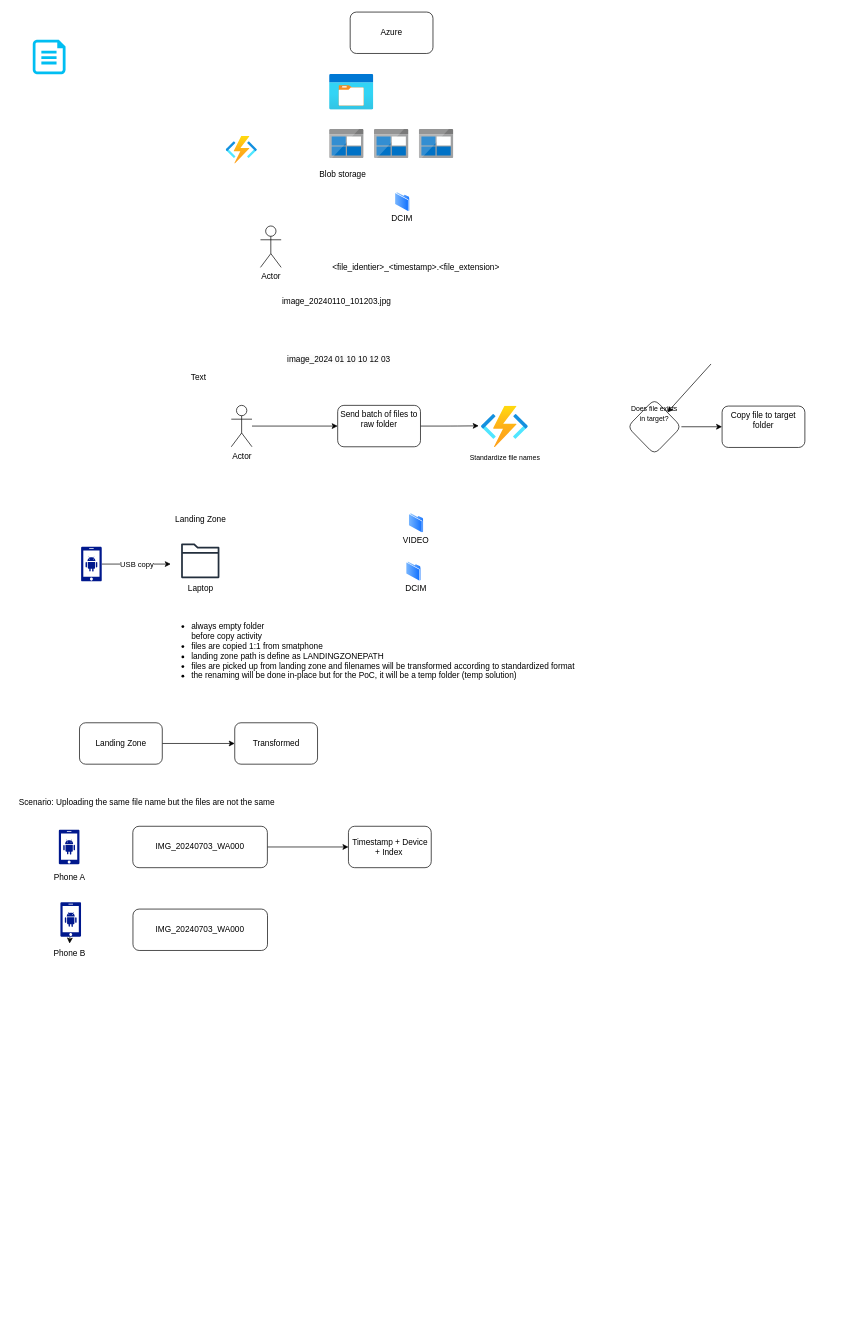
TheFerry10/FileNameStandardizer keeps this draw.io diagram as docs/data-sync-workflow.drawio. Above is the earlier version. Source tidied: cells renumbered, new cells numbered last; positions are measured from the earlier drawing's top-left corner, leaving out a move shared by most shapes. Both pictures are drawn from the tidied source at 69%, with x=0, y=0 at pixel (12, 12).
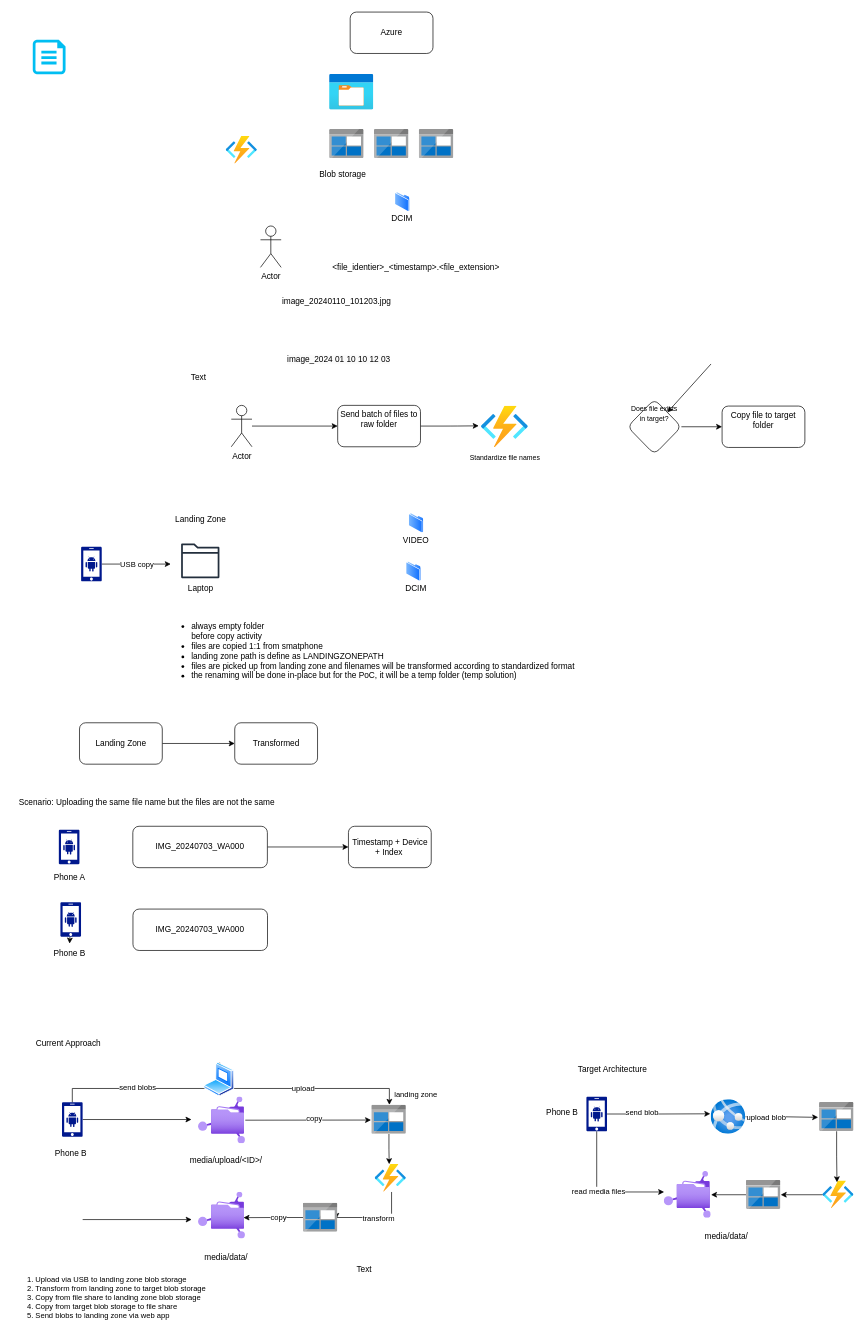
The same page after the edit.

Change to the diagram source:
```diff
@@
+    <mxCell id="52" style="edgeStyle=none;html=1;" parent="1" edge="1" source="53">
+      <mxGeometry relative="1" as="geometry">
+        <mxPoint x="260" y="1605" as="targetPoint" />
+      </mxGeometry>
+    </mxCell>
+    <mxCell id="53" style="sketch=0;shadow=0;dashed=0;html=1;strokeColor=none;labelPosition=center;verticalLabelPosition=bottom;verticalAlign=top;align=center;fillColor=#00188D;shape=mxgraph.mscae.enterprise.android_phone;" parent="1" vertex="1">
+      <mxGeometry x="72.3" y="1580" width="30" height="50" as="geometry" />
+    </mxCell>
+    <mxCell id="54" value="Phone B" style="text;html=1;align=center;verticalAlign=middle;strokeColor=none;fillColor=none;" parent="1" vertex="1">
+      <mxGeometry x="50" y="1640" width="70" height="30" as="geometry" />
+    </mxCell>
+    <mxCell id="55" style="edgeStyle=none;html=1;entryX=-0.02;entryY=0.518;entryDx=0;entryDy=0;entryPerimeter=0;" parent="1" edge="1" source="57" target="59">
+      <mxGeometry relative="1" as="geometry" />
+    </mxCell>
+    <mxCell id="56" value="copy" style="edgeLabel;html=1;align=center;verticalAlign=middle;fontFamily=Helvetica;fontSize=11;fontColor=default;labelBackgroundColor=default;" parent="55" vertex="1">
+      <mxGeometry x="0.1" y="2" relative="1" as="geometry" />
+    </mxCell>
+    <mxCell id="57" style="image;html=1;points=[];align=center;fontSize=12;image=img/lib/azure2/other/Managed_File_Shares.svg;" parent="1" vertex="1">
+      <mxGeometry x="270" y="1572" width="68" height="68" as="geometry" />
+    </mxCell>
+    <mxCell id="58" value="media/upload/&amp;lt;ID&amp;gt;/" style="text;html=1;align=center;verticalAlign=middle;strokeColor=none;fillColor=none;" parent="1" vertex="1">
+      <mxGeometry x="245" y="1650" width="130" height="30" as="geometry" />
+    </mxCell>
+    <mxCell id="59" style="image;sketch=0;html=1;points=[];align=center;fontSize=12;image=img/lib/mscae/BlobBlock.svg;" parent="1" vertex="1">
+      <mxGeometry x="521.2" y="1584" width="50" height="42" as="geometry" />
+    </mxCell>
+    <mxCell id="60" style="image;html=1;points=[];align=center;fontSize=12;image=img/lib/azure2/other/Managed_File_Shares.svg;" parent="1" vertex="1">
+      <mxGeometry x="270" y="1710" width="68" height="68" as="geometry" />
+    </mxCell>
+    <mxCell id="61" value="media/data/" style="text;html=1;align=center;verticalAlign=middle;strokeColor=none;fillColor=none;" parent="1" vertex="1">
+      <mxGeometry x="265" y="1790" width="90" height="30" as="geometry" />
+    </mxCell>
+    <mxCell id="62" style="edgeStyle=none;html=1;" parent="1" edge="1">
+      <mxGeometry relative="1" as="geometry">
+        <mxPoint x="102.3" y="1750" as="sourcePoint" />
+        <mxPoint x="260.3" y="1750" as="targetPoint" />
+      </mxGeometry>
+    </mxCell>
+    <mxCell id="63" style="edgeStyle=orthogonalEdgeStyle;html=1;entryX=0.962;entryY=0.547;entryDx=0;entryDy=0;entryPerimeter=0;rounded=0;curved=0;" parent="1" edge="1" source="92" target="60">
+      <mxGeometry relative="1" as="geometry" />
+    </mxCell>
+    <mxCell id="64" value="copy" style="edgeLabel;html=1;align=center;verticalAlign=middle;fontFamily=Helvetica;fontSize=11;fontColor=default;labelBackgroundColor=default;" parent="63" vertex="1">
+      <mxGeometry x="-0.15" y="-1" relative="1" as="geometry">
+        <mxPoint x="1" as="offset" />
+      </mxGeometry>
+    </mxCell>
+    <mxCell id="65" value="Current Approach&amp;nbsp;" style="text;html=1;align=center;verticalAlign=middle;strokeColor=none;fillColor=none;" parent="1" vertex="1">
+      <mxGeometry x="22.7" y="1480" width="120" height="30" as="geometry" />
+    </mxCell>
+    <mxCell id="66" value="Target Architecture" style="text;html=1;align=center;verticalAlign=middle;strokeColor=none;fillColor=none;" parent="1" vertex="1">
+      <mxGeometry x="810" y="1518" width="120" height="30" as="geometry" />
+    </mxCell>
+    <mxCell id="67" style="edgeStyle=orthogonalEdgeStyle;html=1;rounded=0;curved=0;" parent="1" edge="1" source="71" target="73">
+      <mxGeometry relative="1" as="geometry">
+        <Array as="points">
+          <mxPoint x="847" y="1710" />
+        </Array>
+      </mxGeometry>
+    </mxCell>
+    <mxCell id="68" value="read media files" style="edgeLabel;html=1;align=center;verticalAlign=middle;fontFamily=Helvetica;fontSize=11;fontColor=default;labelBackgroundColor=default;" parent="67" vertex="1">
+      <mxGeometry x="-0.07" y="2" relative="1" as="geometry" />
+    </mxCell>
+    <mxCell id="69" style="edgeStyle=orthogonalEdgeStyle;shape=connector;curved=0;rounded=0;html=1;strokeColor=default;align=center;verticalAlign=middle;fontFamily=Helvetica;fontSize=11;fontColor=default;labelBackgroundColor=default;endArrow=classic;entryX=-0.022;entryY=0.414;entryDx=0;entryDy=0;entryPerimeter=0;" parent="1" edge="1" source="71" target="75">
+      <mxGeometry relative="1" as="geometry" />
+    </mxCell>
+    <mxCell id="70" value="send blob" style="edgeLabel;html=1;align=center;verticalAlign=middle;fontFamily=Helvetica;fontSize=11;fontColor=default;labelBackgroundColor=default;" parent="69" vertex="1">
+      <mxGeometry x="-0.33" y="3" relative="1" as="geometry" />
+    </mxCell>
+    <mxCell id="71" style="sketch=0;shadow=0;dashed=0;html=1;strokeColor=none;labelPosition=center;verticalLabelPosition=bottom;verticalAlign=top;align=center;fillColor=#00188D;shape=mxgraph.mscae.enterprise.android_phone;" parent="1" vertex="1">
+      <mxGeometry x="832.3" y="1572" width="30" height="50" as="geometry" />
+    </mxCell>
+    <mxCell id="72" value="Phone B" style="text;html=1;align=center;verticalAlign=middle;strokeColor=none;fillColor=none;" parent="1" vertex="1">
+      <mxGeometry x="762.3" y="1580" width="70" height="30" as="geometry" />
+    </mxCell>
+    <mxCell id="73" style="image;html=1;points=[];align=center;fontSize=12;image=img/lib/azure2/other/Managed_File_Shares.svg;" parent="1" vertex="1">
+      <mxGeometry x="945" y="1680" width="68" height="68" as="geometry" />
+    </mxCell>
+    <mxCell id="74" value="media/data/" style="text;html=1;align=center;verticalAlign=middle;strokeColor=none;fillColor=none;" parent="1" vertex="1">
+      <mxGeometry x="990" y="1760" width="90" height="30" as="geometry" />
+    </mxCell>
+    <mxCell id="75" style="image;html=1;points=[];align=center;fontSize=12;image=img/lib/azure2/app_services/App_Services.svg;fontFamily=Helvetica;fontColor=default;labelBackgroundColor=default;" parent="1" vertex="1">
+      <mxGeometry x="1013" y="1576" width="50" height="50" as="geometry" />
+    </mxCell>
+    <mxCell id="76" style="image;sketch=0;html=1;points=[];align=center;fontSize=12;image=img/lib/mscae/BlobBlock.svg;" parent="1" vertex="1">
+      <mxGeometry x="1170" y="1580" width="50" height="42" as="geometry" />
+    </mxCell>
+    <mxCell id="77" style="edgeStyle=orthogonalEdgeStyle;shape=connector;curved=0;rounded=0;html=1;entryX=-0.036;entryY=0.521;entryDx=0;entryDy=0;entryPerimeter=0;strokeColor=default;align=center;verticalAlign=middle;fontFamily=Helvetica;fontSize=11;fontColor=default;labelBackgroundColor=default;endArrow=classic;" parent="1" edge="1" source="75" target="76">
+      <mxGeometry relative="1" as="geometry" />
+    </mxCell>
+    <mxCell id="78" value="upload blob" style="edgeLabel;html=1;align=center;verticalAlign=middle;fontFamily=Helvetica;fontSize=11;fontColor=default;labelBackgroundColor=default;" parent="77" vertex="1">
+      <mxGeometry x="-0.45" relative="1" as="geometry" />
+    </mxCell>
+    <mxCell id="79" style="edgeStyle=orthogonalEdgeStyle;shape=connector;curved=0;rounded=0;html=1;strokeColor=default;align=center;verticalAlign=middle;fontFamily=Helvetica;fontSize=11;fontColor=default;labelBackgroundColor=default;endArrow=classic;" parent="1" edge="1" source="95" target="73">
+      <mxGeometry relative="1" as="geometry" />
+    </mxCell>
+    <mxCell id="80" style="image;html=1;points=[];align=center;fontSize=12;image=img/lib/azure2/compute/Function_Apps.svg;fontFamily=Helvetica;fontColor=default;labelBackgroundColor=default;" parent="1" vertex="1">
+      <mxGeometry x="1174.7" y="1694" width="45.3" height="40" as="geometry" />
+    </mxCell>
+    <mxCell id="81" style="edgeStyle=orthogonalEdgeStyle;shape=connector;curved=0;rounded=0;html=1;entryX=0.459;entryY=0.048;entryDx=0;entryDy=0;entryPerimeter=0;strokeColor=default;align=center;verticalAlign=middle;fontFamily=Helvetica;fontSize=11;fontColor=default;labelBackgroundColor=default;endArrow=classic;" parent="1" edge="1" source="76" target="80">
+      <mxGeometry relative="1" as="geometry" />
+    </mxCell>
+    <mxCell id="82" style="edgeStyle=orthogonalEdgeStyle;shape=connector;curved=0;rounded=0;html=1;entryX=0.512;entryY=-0.007;entryDx=0;entryDy=0;entryPerimeter=0;strokeColor=default;align=center;verticalAlign=middle;fontFamily=Helvetica;fontSize=11;fontColor=default;labelBackgroundColor=default;endArrow=classic;" parent="1" edge="1" source="86" target="59">
+      <mxGeometry relative="1" as="geometry">
+        <Array as="points">
+          <mxPoint x="547" y="1560" />
+        </Array>
+      </mxGeometry>
+    </mxCell>
+    <mxCell id="83" value="upload" style="edgeLabel;html=1;align=center;verticalAlign=middle;fontFamily=Helvetica;fontSize=11;fontColor=default;labelBackgroundColor=default;" parent="82" vertex="1">
+      <mxGeometry x="-0.19" y="1" relative="1" as="geometry" />
+    </mxCell>
+    <mxCell id="84" style="edgeStyle=orthogonalEdgeStyle;shape=connector;curved=0;rounded=0;html=1;entryX=0.512;entryY=-0.007;entryDx=0;entryDy=0;entryPerimeter=0;strokeColor=default;align=center;verticalAlign=middle;fontFamily=Helvetica;fontSize=11;fontColor=default;labelBackgroundColor=default;endArrow=classic;" parent="1" edge="1" source="53" target="86">
+      <mxGeometry relative="1" as="geometry">
+        <Array as="points">
+          <mxPoint x="87" y="1560" />
+        </Array>
+      </mxGeometry>
+    </mxCell>
+    <mxCell id="85" value="send blobs" style="edgeLabel;html=1;align=center;verticalAlign=middle;fontFamily=Helvetica;fontSize=11;fontColor=default;labelBackgroundColor=default;" parent="84" vertex="1">
+      <mxGeometry x="-0.16" y="2" relative="1" as="geometry" />
+    </mxCell>
+    <mxCell id="86" style="image;perimeter=ellipsePerimeter;html=1;align=center;shadow=0;dashed=0;spacingTop=3;image=img/lib/active_directory/laptop_client.svg;fontFamily=Helvetica;fontSize=11;fontColor=default;labelBackgroundColor=default;" parent="1" vertex="1">
+      <mxGeometry x="277.7" y="1522" width="45" height="50" as="geometry" />
+    </mxCell>
+    <mxCell id="87" value="landing zone" style="text;html=1;align=center;verticalAlign=middle;strokeColor=none;fillColor=none;fontFamily=Helvetica;fontSize=11;fontColor=default;labelBackgroundColor=default;" parent="1" vertex="1">
+      <mxGeometry x="540" y="1554" width="90" height="30" as="geometry" />
+    </mxCell>
+    <mxCell id="88" style="edgeStyle=orthogonalEdgeStyle;html=1;entryX=0.456;entryY=-0.007;entryDx=0;entryDy=0;entryPerimeter=0;rounded=0;curved=0;" parent="1" edge="1" source="59" target="89">
+      <mxGeometry relative="1" as="geometry" />
+    </mxCell>
+    <mxCell id="89" style="image;html=1;points=[];align=center;fontSize=12;image=img/lib/azure2/compute/Function_Apps.svg;fontFamily=Helvetica;fontColor=default;labelBackgroundColor=default;" parent="1" vertex="1">
+      <mxGeometry x="525.9" y="1670" width="45.3" height="40" as="geometry" />
+    </mxCell>
+    <mxCell id="90" style="edgeStyle=orthogonalEdgeStyle;html=1;entryX=0.962;entryY=0.547;entryDx=0;entryDy=0;entryPerimeter=0;rounded=0;curved=0;" parent="1" edge="1" source="89" target="92">
+      <mxGeometry relative="1" as="geometry">
+        <Array as="points">
+          <mxPoint x="550" y="1747" />
+          <mxPoint x="470" y="1747" />
+        </Array>
+      </mxGeometry>
+    </mxCell>
+    <mxCell id="91" value="transform" style="edgeLabel;html=1;align=center;verticalAlign=middle;fontFamily=Helvetica;fontSize=11;fontColor=default;labelBackgroundColor=default;" parent="90" vertex="1">
+      <mxGeometry x="-0.05" relative="1" as="geometry" />
+    </mxCell>
+    <mxCell id="92" style="image;sketch=0;html=1;points=[];align=center;fontSize=12;image=img/lib/mscae/BlobBlock.svg;" parent="1" vertex="1">
+      <mxGeometry x="421.9" y="1726" width="50" height="42" as="geometry" />
+    </mxCell>
+    <mxCell id="93" value="1. Upload via USB to landing zone blob storage&lt;div&gt;2. Transform from landing zone to target blob storage&amp;nbsp;&lt;/div&gt;&lt;div&gt;3. Copy from file share to landing zone blob storage&lt;/div&gt;&lt;div&gt;4. Copy from target blob storage to file share&lt;/div&gt;&lt;div style=&quot;&quot;&gt;5. Send blobs to landing zone via web app&lt;/div&gt;" style="text;html=1;align=left;verticalAlign=middle;strokeColor=none;fillColor=none;fontFamily=Helvetica;fontSize=11;fontColor=default;labelBackgroundColor=default;" parent="1" vertex="1">
+      <mxGeometry x="20" y="1823" width="290" height="80" as="geometry" />
+    </mxCell>
+    <mxCell id="94" style="edgeStyle=orthogonalEdgeStyle;shape=connector;curved=0;rounded=0;html=1;strokeColor=default;align=center;verticalAlign=middle;fontFamily=Helvetica;fontSize=11;fontColor=default;labelBackgroundColor=default;endArrow=classic;" parent="1" edge="1" source="80" target="95">
+      <mxGeometry relative="1" as="geometry" />
+    </mxCell>
+    <mxCell id="95" style="image;sketch=0;html=1;points=[];align=center;fontSize=12;image=img/lib/mscae/BlobBlock.svg;" parent="1" vertex="1">
+      <mxGeometry x="1064" y="1693" width="50" height="42" as="geometry" />
+    </mxCell>
+    <mxCell id="96" value="Text" style="text;html=1;align=center;verticalAlign=middle;strokeColor=none;fillColor=none;" parent="1" vertex="1">
+      <mxGeometry x="485" y="1808" width="50" height="30" as="geometry" />
+    </mxCell>
```
